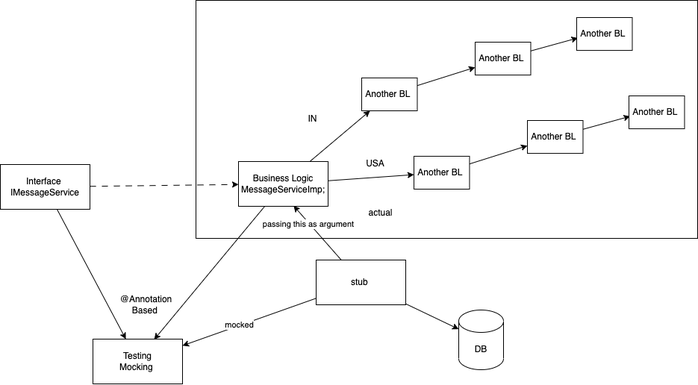
This is images/day3.drawio.png from adithnaveen/ibm-service-virtualization-sep-2023, a draw.io export, as it was before one commit. Source tidied: cells renumbered, new cells last; positions are measured from the earlier drawing's top-left corner, leaving out a move shared by most shapes.
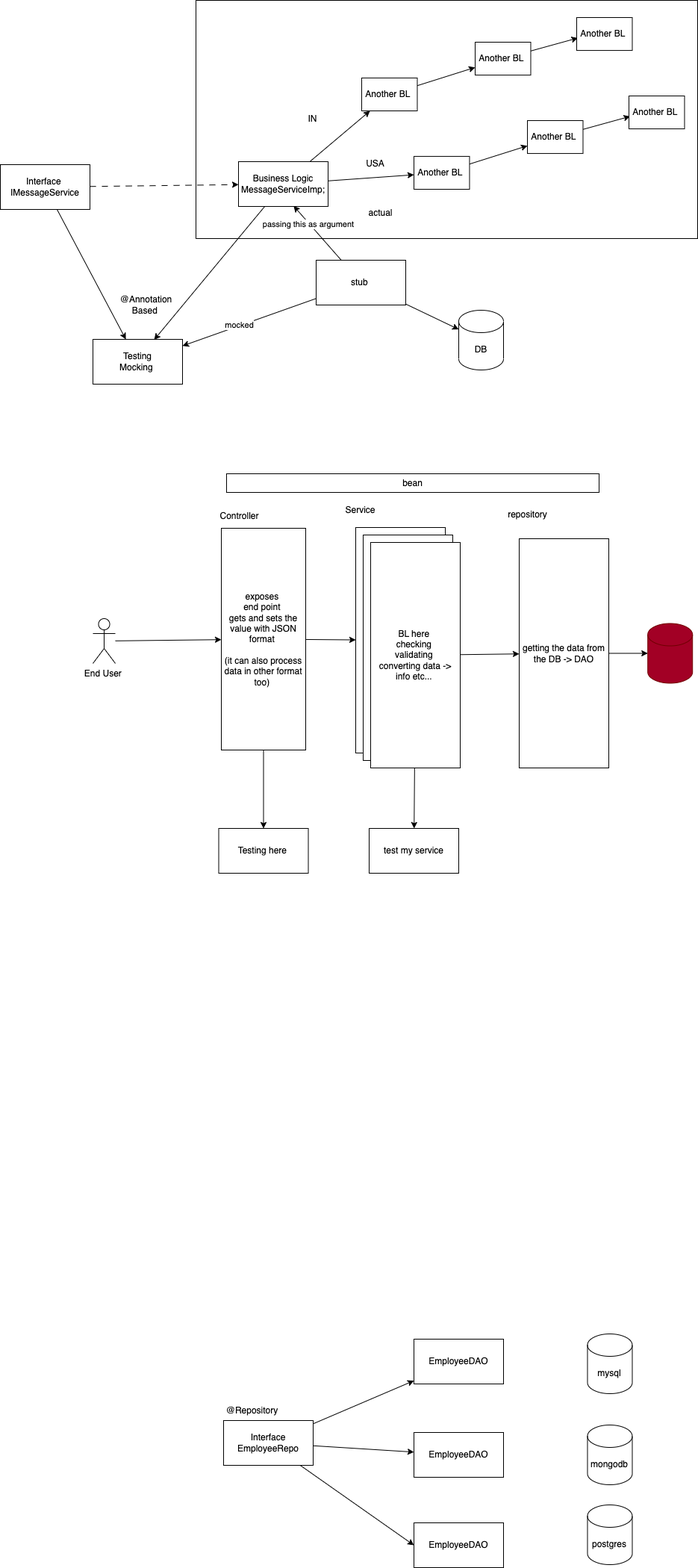
Later version of the same file.

What changed in the source:
```diff
@@ -92,5 +92,95 @@
     <mxCell id="31" value="@Annotation &lt;br&gt;Based&amp;nbsp;" style="text;html=1;align=center;verticalAlign=middle;strokeColor=none;fillColor=none;" parent="1" vertex="1">
       <mxGeometry x="151" y="387" width="88" height="41" as="geometry" />
     </mxCell>
+    <mxCell id="32" style="edgeStyle=none;html=1;" parent="1" edge="1" source="33" target="36">
+      <mxGeometry relative="1" as="geometry" />
+    </mxCell>
+    <mxCell id="33" value="End User&amp;nbsp;" style="shape=umlActor;verticalLabelPosition=bottom;verticalAlign=top;html=1;outlineConnect=0;" parent="1" vertex="1">
+      <mxGeometry x="124" y="828" width="30" height="60" as="geometry" />
+    </mxCell>
+    <mxCell id="34" style="edgeStyle=none;html=1;" parent="1" edge="1" source="36" target="38">
+      <mxGeometry relative="1" as="geometry" />
+    </mxCell>
+    <mxCell id="35" style="edgeStyle=none;html=1;" parent="1" edge="1" source="36" target="49">
+      <mxGeometry relative="1" as="geometry" />
+    </mxCell>
+    <mxCell id="36" value="exposes&amp;nbsp;&lt;br&gt;end point&amp;nbsp;&lt;br&gt;gets and sets the value with JSON format&amp;nbsp;&lt;br&gt;&lt;br&gt;(it can also process data in other format too)&amp;nbsp;" style="rounded=0;whiteSpace=wrap;html=1;" parent="1" vertex="1">
+      <mxGeometry x="296" y="707" width="113" height="297" as="geometry" />
+    </mxCell>
+    <mxCell id="37" value="Controller" style="text;html=1;align=center;verticalAlign=middle;strokeColor=none;fillColor=none;" parent="1" vertex="1">
+      <mxGeometry x="285" y="678" width="70" height="26" as="geometry" />
+    </mxCell>
+    <mxCell id="38" value="BL here&amp;nbsp;&lt;br&gt;checking&amp;nbsp;&lt;br&gt;validating&amp;nbsp;&lt;br&gt;converting data -&amp;gt; info etc...&amp;nbsp;" style="rounded=0;whiteSpace=wrap;html=1;" parent="1" vertex="1">
+      <mxGeometry x="476" y="706" width="120" height="302" as="geometry" />
+    </mxCell>
+    <mxCell id="39" value="Service" style="text;html=1;align=center;verticalAlign=middle;strokeColor=none;fillColor=none;" parent="1" vertex="1">
+      <mxGeometry x="453" y="670" width="58" height="26" as="geometry" />
+    </mxCell>
+    <mxCell id="40" value="BL here&amp;nbsp;&lt;br&gt;checking&amp;nbsp;&lt;br&gt;validating&amp;nbsp;&lt;br&gt;converting data -&amp;gt; info etc...&amp;nbsp;" style="rounded=0;whiteSpace=wrap;html=1;" parent="1" vertex="1">
+      <mxGeometry x="486" y="716" width="120" height="302" as="geometry" />
+    </mxCell>
+    <mxCell id="41" style="edgeStyle=none;html=1;" parent="1" edge="1" source="43" target="45">
+      <mxGeometry relative="1" as="geometry" />
+    </mxCell>
+    <mxCell id="42" style="edgeStyle=none;html=1;" parent="1" edge="1" source="43" target="48">
+      <mxGeometry relative="1" as="geometry" />
+    </mxCell>
+    <mxCell id="43" value="BL here&amp;nbsp;&lt;br&gt;checking&amp;nbsp;&lt;br&gt;validating&amp;nbsp;&lt;br&gt;converting data -&amp;gt; info etc...&amp;nbsp;" style="rounded=0;whiteSpace=wrap;html=1;" parent="1" vertex="1">
+      <mxGeometry x="496" y="726" width="120" height="302" as="geometry" />
+    </mxCell>
+    <mxCell id="44" style="edgeStyle=none;html=1;" parent="1" edge="1" source="45" target="47">
+      <mxGeometry relative="1" as="geometry" />
+    </mxCell>
+    <mxCell id="45" value="getting the data from the DB -&amp;gt; DAO" style="rounded=0;whiteSpace=wrap;html=1;" parent="1" vertex="1">
+      <mxGeometry x="695" y="721" width="120" height="307" as="geometry" />
+    </mxCell>
+    <mxCell id="46" value="repository" style="text;html=1;align=center;verticalAlign=middle;strokeColor=none;fillColor=none;" parent="1" vertex="1">
+      <mxGeometry x="670" y="676" width="71" height="26" as="geometry" />
+    </mxCell>
+    <mxCell id="47" style="shape=cylinder3;whiteSpace=wrap;html=1;boundedLbl=1;backgroundOutline=1;size=15;fillColor=#a20025;fontColor=#ffffff;strokeColor=#6F0000;" parent="1" vertex="1">
+      <mxGeometry x="867.2" y="834.5" width="60" height="80" as="geometry" />
+    </mxCell>
+    <mxCell id="48" value="test my service" style="rounded=0;whiteSpace=wrap;html=1;" parent="1" vertex="1">
+      <mxGeometry x="494" y="1109" width="120" height="60" as="geometry" />
+    </mxCell>
+    <mxCell id="49" value="Testing here&amp;nbsp;" style="rounded=0;whiteSpace=wrap;html=1;" parent="1" vertex="1">
+      <mxGeometry x="292.5" y="1109" width="120" height="60" as="geometry" />
+    </mxCell>
+    <mxCell id="50" value="mysql" style="shape=cylinder3;whiteSpace=wrap;html=1;boundedLbl=1;backgroundOutline=1;size=15;" parent="1" vertex="1">
+      <mxGeometry x="786.5" y="1786" width="60" height="80" as="geometry" />
+    </mxCell>
+    <mxCell id="51" value="mongodb" style="shape=cylinder3;whiteSpace=wrap;html=1;boundedLbl=1;backgroundOutline=1;size=15;" parent="1" vertex="1">
+      <mxGeometry x="786.5" y="1908" width="60" height="80" as="geometry" />
+    </mxCell>
+    <mxCell id="52" value="postgres" style="shape=cylinder3;whiteSpace=wrap;html=1;boundedLbl=1;backgroundOutline=1;size=15;" parent="1" vertex="1">
+      <mxGeometry x="786.5" y="2015" width="60" height="80" as="geometry" />
+    </mxCell>
+    <mxCell id="53" value="EmployeeDAO" style="rounded=0;whiteSpace=wrap;html=1;" parent="1" vertex="1">
+      <mxGeometry x="554" y="1793" width="120" height="60" as="geometry" />
+    </mxCell>
+    <mxCell id="54" value="EmployeeDAO" style="rounded=0;whiteSpace=wrap;html=1;" parent="1" vertex="1">
+      <mxGeometry x="554" y="1918" width="120" height="60" as="geometry" />
+    </mxCell>
+    <mxCell id="55" value="EmployeeDAO" style="rounded=0;whiteSpace=wrap;html=1;" parent="1" vertex="1">
+      <mxGeometry x="554" y="2039" width="120" height="60" as="geometry" />
+    </mxCell>
+    <mxCell id="56" style="edgeStyle=none;html=1;" parent="1" edge="1" source="59" target="53">
+      <mxGeometry relative="1" as="geometry" />
+    </mxCell>
+    <mxCell id="57" style="edgeStyle=none;html=1;" parent="1" edge="1" source="59" target="54">
+      <mxGeometry relative="1" as="geometry" />
+    </mxCell>
+    <mxCell id="58" style="edgeStyle=none;html=1;entryX=0;entryY=0.5;entryDx=0;entryDy=0;" parent="1" edge="1" source="59" target="55">
+      <mxGeometry relative="1" as="geometry" />
+    </mxCell>
+    <mxCell id="59" value="Interface&lt;br&gt;EmployeeRepo" style="rounded=0;whiteSpace=wrap;html=1;" parent="1" vertex="1">
+      <mxGeometry x="299" y="1902" width="120" height="60" as="geometry" />
+    </mxCell>
+    <mxCell id="60" value="@Repository" style="text;html=1;align=center;verticalAlign=middle;strokeColor=none;fillColor=none;" parent="1" vertex="1">
+      <mxGeometry x="292.5" y="1876" width="88" height="26" as="geometry" />
+    </mxCell>
+    <mxCell id="61" value="bean" style="rounded=0;whiteSpace=wrap;html=1;" parent="1" vertex="1">
+      <mxGeometry x="303" y="634" width="499" height="25" as="geometry" />
+    </mxCell>
   </root>
 </mxGraphModel>
```
